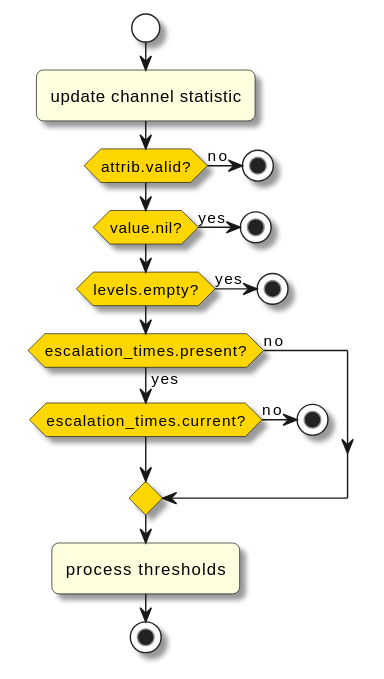
Before: docs/devnotes/_images/check_for_escalation.svg, a diagram exported from PlantUML (swobspace/mirco). Source of this version:
```plantuml
@startuml
!theme mirco
start
:update channel statistic;
if (attrib.valid?) then (no)
  stop
endif
if (value.nil?) then (yes)
  stop
endif
if (levels.empty?) then (yes)
  stop
endif
if (escalation_times.present?) then (yes)
  if (escalation_times.current?) then (no)
    stop
  endif
else (no)
endif
:process thresholds;
stop
@enduml
```
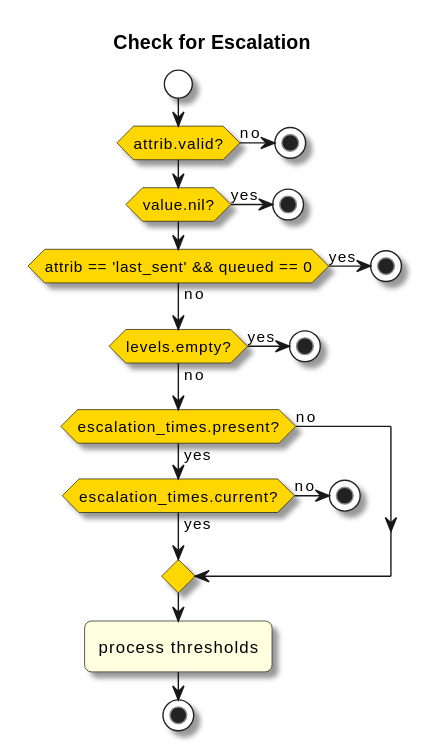
The same diagram one commit later.

What changed in the source:
```diff
@@ -1,19 +1,27 @@
 @startuml
 !theme mirco
+
+title Check for Escalation
+
 start
-:update channel statistic;
 if (attrib.valid?) then (no)
   stop
 endif
 if (value.nil?) then (yes)
   stop
 endif
+if (attrib == 'last_sent' && queued == 0) then (yes)
+  stop
+else (no)
+endif
 if (levels.empty?) then (yes)
   stop
+else (no)
 endif
 if (escalation_times.present?) then (yes)
   if (escalation_times.current?) then (no)
     stop
+  else (yes)
   endif
 else (no)
 endif
```
